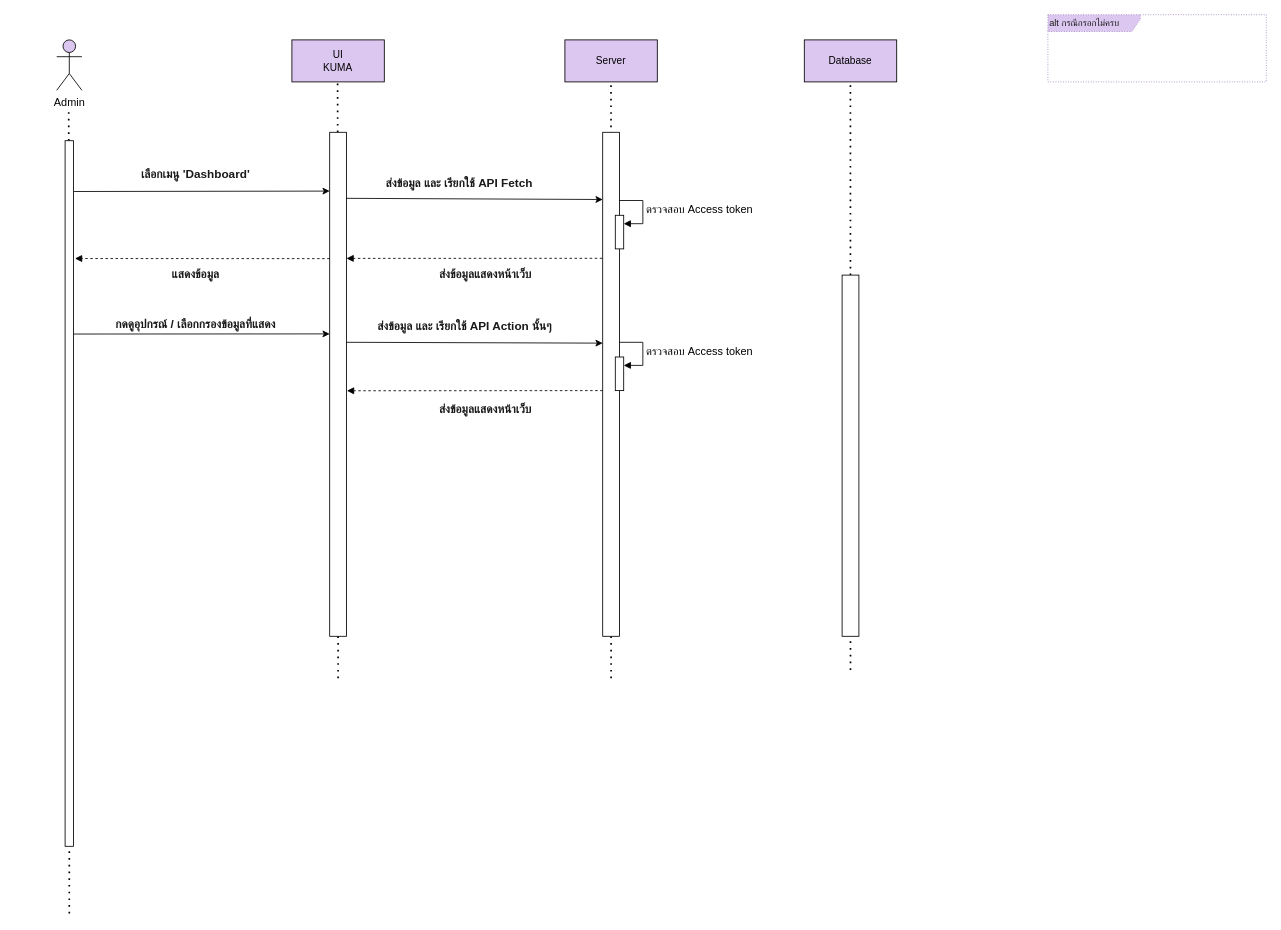
The draw.io diagram page "dashboard" (5 of 5) of Diagram.drawio in Monaphat374/Sequence_project374, before the edit. Source tidied: cells renumbered, new cells numbered last; positions are measured from the earlier drawing's top-left corner, leaving out a move shared by most shapes. Both pictures are drawn from the tidied source at 84%, with x=0, y=0 at pixel (56, 14).
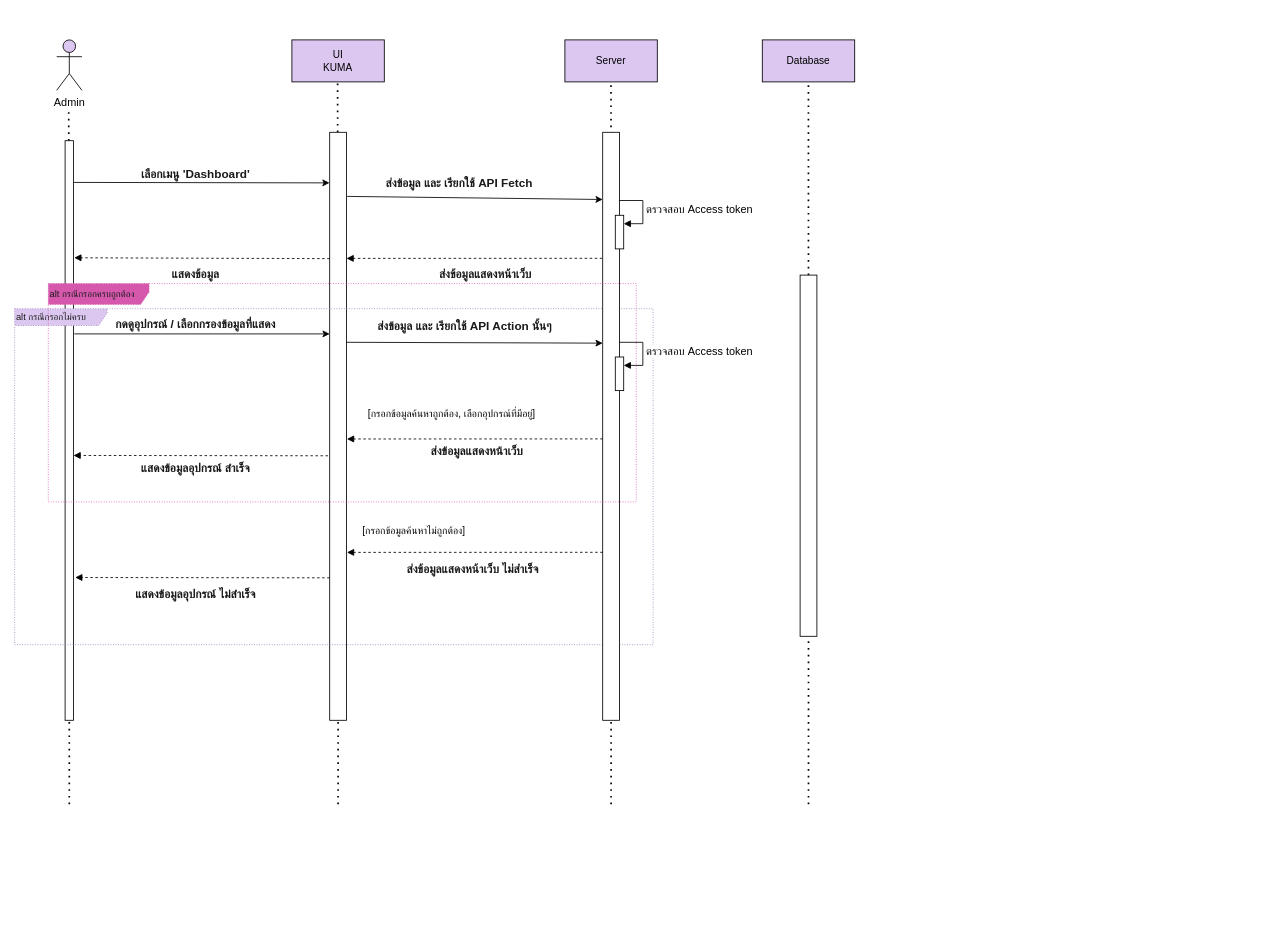
The same diagram, later.

Diff of the diagram source:
```diff
@@
     <mxCell id="5" value="Database" style="html=1;whiteSpace=wrap;fillColor=#DCC7F0;" parent="1" vertex="1">
-      <mxGeometry x="890" y="30" width="110" height="50" as="geometry" />
+      <mxGeometry x="840" y="30" width="110" height="50" as="geometry" />
     </mxCell>
@@
     <mxCell id="9" style="endArrow=none;dashed=1;html=1;dashPattern=1 3;strokeWidth=2;rounded=0;" parent="1" edge="1" source="18">
       <mxGeometry relative="1" as="geometry">
-        <mxPoint x="944.9" y="80" as="targetPoint" />
+        <mxPoint x="894.9" y="80" as="targetPoint" />
       </mxGeometry>
     </mxCell>
     <mxCell id="10" style="endArrow=none;dashed=1;html=1;dashPattern=1 3;strokeWidth=2;rounded=0;" parent="1" edge="1" target="11">
       <mxGeometry relative="1" as="geometry">
-        <mxPoint x="15" y="750" as="sourcePoint" />
+        <mxPoint x="15" y="940" as="sourcePoint" />
       </mxGeometry>
     </mxCell>
     <mxCell id="11" style="rounded=0;whiteSpace=wrap;html=1;" parent="1" vertex="1">
-      <mxGeometry x="10" y="150" width="10" height="840" as="geometry" />
+      <mxGeometry x="10" y="150" width="10" height="690" as="geometry" />
     </mxCell>
     <mxCell id="12" style="endArrow=none;dashed=1;html=1;dashPattern=1 3;strokeWidth=2;rounded=0;" parent="1" edge="1" target="13">
       <mxGeometry relative="1" as="geometry">
-        <mxPoint x="335" y="790" as="sourcePoint" />
+        <mxPoint x="335" y="940" as="sourcePoint" />
       </mxGeometry>
     </mxCell>
     <mxCell id="13" style="rounded=0;whiteSpace=wrap;html=1;" parent="1" vertex="1">
-      <mxGeometry x="325" y="140" width="20" height="600" as="geometry" />
+      <mxGeometry x="325" y="140" width="20" height="700" as="geometry" />
     </mxCell>
-    <mxCell id="14" style="endArrow=classic;html=1;rounded=0;exitX=1.071;exitY=0.072;exitDx=0;exitDy=0;exitPerimeter=0;" parent="1" edge="1" source="11">
-      <mxGeometry relative="1" as="geometry">
-        <mxPoint x="325" y="210" as="targetPoint" />
-      </mxGeometry>
+    <mxCell id="14" style="endArrow=classic;html=1;rounded=0;exitX=1.071;exitY=0.072;exitDx=0;exitDy=0;exitPerimeter=0;entryX=-0.011;entryY=0.086;entryDx=0;entryDy=0;entryPerimeter=0;" parent="1" edge="1" source="11" target="13">
+      <mxGeometry relative="1" as="geometry" />
     </mxCell>
@@
     <mxCell id="16" style="endArrow=none;dashed=1;html=1;dashPattern=1 3;strokeWidth=2;rounded=0;" parent="1" edge="1">
       <mxGeometry relative="1" as="geometry">
-        <mxPoint x="660" y="790" as="sourcePoint" />
+        <mxPoint x="660" y="940" as="sourcePoint" />
         <mxPoint x="660" y="490" as="targetPoint" />
       </mxGeometry>
     </mxCell>
-    <mxCell id="17" style="endArrow=none;dashed=1;html=1;dashPattern=1 3;strokeWidth=2;rounded=0;exitX=0.5;exitY=0;exitDx=0;exitDy=0;" parent="1" edge="1" target="18">
+    <mxCell id="17" style="endArrow=none;dashed=1;html=1;dashPattern=1 3;strokeWidth=2;rounded=0;" parent="1" edge="1" target="18">
       <mxGeometry relative="1" as="geometry">
-        <mxPoint x="945" y="780" as="sourcePoint" />
+        <mxPoint x="895" y="940" as="sourcePoint" />
       </mxGeometry>
     </mxCell>
     <mxCell id="18" style="rounded=0;whiteSpace=wrap;html=1;" parent="1" vertex="1">
-      <mxGeometry x="935" y="310" width="20" height="430" as="geometry" />
+      <mxGeometry x="885" y="310" width="20" height="430" as="geometry" />
     </mxCell>
     <mxCell id="19" value="&lt;font face=&quot;Helvetica&quot; style=&quot;font-size: 11px;&quot; color=&quot;#1a1a1a&quot;&gt;alt กรณีกรอกไม่ครบ&lt;/font&gt;" style="shape=umlFrame;whiteSpace=wrap;html=1;dashed=1;dashPattern=1 2;fillColor=light-dark(#DCC7F0,#A18EB3);fontColor=#ffffff;strokeColor=#9A7AB8;swimlaneFillColor=none;width=110;height=20;align=left;" parent="1" vertex="1">
-      <mxGeometry x="1180" width="260" height="80" as="geometry" />
+      <mxGeometry x="-50" y="350" width="760" height="400" as="geometry" />
     </mxCell>
-    <mxCell id="20" style="endArrow=none;dashed=1;html=1;dashPattern=1 3;strokeWidth=2;rounded=0;" parent="1" edge="1" target="11">
-      <mxGeometry relative="1" as="geometry">
-        <mxPoint x="15" y="1070" as="sourcePoint" />
-      </mxGeometry>
-    </mxCell>
     <mxCell id="21" style="rounded=0;whiteSpace=wrap;html=1;" parent="1" vertex="1">
-      <mxGeometry x="650" y="140" width="20" height="600" as="geometry" />
+      <mxGeometry x="650" y="140" width="20" height="700" as="geometry" />
     </mxCell>
@@
-    <mxCell id="25" style="endArrow=classic;html=1;rounded=0;exitX=0.972;exitY=0.131;exitDx=0;exitDy=0;exitPerimeter=0;" parent="1" edge="1" source="13">
+    <mxCell id="25" style="endArrow=classic;html=1;rounded=0;exitX=1.04;exitY=0.109;exitDx=0;exitDy=0;exitPerimeter=0;" parent="1" edge="1" source="13">
       <mxGeometry relative="1" as="geometry">
         <mxPoint x="650" y="220" as="targetPoint" />
       </mxGeometry>
     </mxCell>
@@
-    <mxCell id="28" style="endArrow=block;dashed=1;endFill=1;html=1;rounded=0;fontColor=default;labelBackgroundColor=light-dark(#c43131, #ededed);strokeColor=default;entryX=1.175;entryY=0.167;entryDx=0;entryDy=0;entryPerimeter=0;" parent="1" edge="1" target="11">
+    <mxCell id="28" style="endArrow=block;dashed=1;endFill=1;html=1;rounded=0;fontColor=default;labelBackgroundColor=light-dark(#c43131, #ededed);strokeColor=default;entryX=1.089;entryY=0.202;entryDx=0;entryDy=0;entryPerimeter=0;" parent="1" edge="1" target="11">
       <mxGeometry relative="1" as="geometry">
         <mxPoint x="325" y="290.4" as="sourcePoint" />
       </mxGeometry>
     </mxCell>
@@
-    <mxCell id="30" style="endArrow=classic;html=1;rounded=0;exitX=1.037;exitY=0.274;exitDx=0;exitDy=0;exitPerimeter=0;" parent="1" edge="1" source="11">
-      <mxGeometry relative="1" as="geometry">
-        <mxPoint x="325" y="380" as="targetPoint" />
-      </mxGeometry>
-    </mxCell>
@@
     <mxCell id="36" style="endArrow=block;dashed=1;endFill=1;html=1;rounded=0;fontColor=default;labelBackgroundColor=light-dark(#c43131, #ededed);strokeColor=default;entryX=1.026;entryY=0.417;entryDx=0;entryDy=0;entryPerimeter=0;" parent="1" edge="1">
       <mxGeometry relative="1" as="geometry">
-        <mxPoint x="650" y="447.5" as="sourcePoint" />
-        <mxPoint x="345.5" y="447.7" as="targetPoint" />
+        <mxPoint x="650" y="505" as="sourcePoint" />
+        <mxPoint x="345.5" y="505.1" as="targetPoint" />
       </mxGeometry>
     </mxCell>
     <mxCell id="37" value="&lt;h5&gt;&lt;span style=&quot;font-size: 14px;&quot;&gt;ส่งข้อมูลแสดงหน้าเว็บ&lt;/span&gt;&lt;/h5&gt;" style="text;html=1;align=center;verticalAlign=middle;strokeColor=none;fillColor=none;fontFamily=Helvetica;fontStyle=0;fontSize=12;fontColor=#1A1A1A;" parent="1" vertex="1">
-      <mxGeometry x="430" y="440" width="160" height="60" as="geometry" />
+      <mxGeometry x="420" y="490" width="160" height="60" as="geometry" />
     </mxCell>
+    <mxCell id="38" style="endArrow=block;dashed=1;endFill=1;html=1;rounded=0;fontColor=default;labelBackgroundColor=light-dark(#c43131, #ededed);strokeColor=default;entryX=1.175;entryY=0.167;entryDx=0;entryDy=0;entryPerimeter=0;" parent="1" edge="1">
+      <mxGeometry relative="1" as="geometry">
+        <mxPoint x="323" y="525.1" as="sourcePoint" />
+        <mxPoint x="20" y="524.7" as="targetPoint" />
+      </mxGeometry>
+    </mxCell>
+    <mxCell id="39" value="&lt;h5&gt;&lt;span style=&quot;font-size: 14px;&quot;&gt;แสดงข้อมูลอุปกรณ์ สำเร็จ&lt;/span&gt;&lt;/h5&gt;" style="text;html=1;align=center;verticalAlign=middle;strokeColor=none;fillColor=none;fontFamily=Helvetica;fontStyle=0;fontSize=12;fontColor=#1A1A1A;" parent="1" vertex="1">
+      <mxGeometry x="70" y="510" width="190" height="60" as="geometry" />
+    </mxCell>
+    <mxCell id="40" value="[กรอกข้อมูลค้นหาถูกต้อง, เลือกอุปกรณ์ที่มีอยู่]" style="text;html=1;align=center;verticalAlign=middle;strokeColor=none;fillColor=none;" parent="1" vertex="1">
+      <mxGeometry x="345" y="460" width="250" height="30" as="geometry" />
+    </mxCell>
+    <mxCell id="41" style="endArrow=block;dashed=1;endFill=1;html=1;rounded=0;fontColor=default;labelBackgroundColor=light-dark(#c43131, #ededed);strokeColor=default;entryX=1.026;entryY=0.417;entryDx=0;entryDy=0;entryPerimeter=0;" parent="1" edge="1">
+      <mxGeometry relative="1" as="geometry">
+        <mxPoint x="650" y="640" as="sourcePoint" />
+        <mxPoint x="345.5" y="640.1" as="targetPoint" />
+      </mxGeometry>
+    </mxCell>
+    <mxCell id="42" value="&lt;h5&gt;&lt;span style=&quot;font-size: 14px;&quot;&gt;ส่งข้อมูลแสดงหน้าเว็บ ไม่สำเร็จ&lt;/span&gt;&lt;/h5&gt;" style="text;html=1;align=center;verticalAlign=middle;strokeColor=none;fillColor=none;fontFamily=Helvetica;fontStyle=0;fontSize=12;fontColor=#1A1A1A;" parent="1" vertex="1">
+      <mxGeometry x="385" y="630" width="220" height="60" as="geometry" />
+    </mxCell>
+    <mxCell id="43" value="[กรอกข้อมูลค้นหาไม่ถูกต้อง]" style="text;html=1;align=center;verticalAlign=middle;strokeColor=none;fillColor=none;" parent="1" vertex="1">
+      <mxGeometry x="345" y="600" width="160" height="30" as="geometry" />
+    </mxCell>
+    <mxCell id="44" style="endArrow=block;dashed=1;endFill=1;html=1;rounded=0;fontColor=default;labelBackgroundColor=light-dark(#c43131, #ededed);strokeColor=default;entryX=1.175;entryY=0.167;entryDx=0;entryDy=0;entryPerimeter=0;" parent="1" edge="1">
+      <mxGeometry relative="1" as="geometry">
+        <mxPoint x="325" y="670.4" as="sourcePoint" />
+        <mxPoint x="22" y="670" as="targetPoint" />
+      </mxGeometry>
+    </mxCell>
+    <mxCell id="45" value="&lt;h5&gt;&lt;span style=&quot;font-size: 14px;&quot;&gt;แสดงข้อมูลอุปกรณ์ ไม่สำเร็จ&lt;/span&gt;&lt;/h5&gt;" style="text;html=1;align=center;verticalAlign=middle;strokeColor=none;fillColor=none;fontFamily=Helvetica;fontStyle=0;fontSize=12;fontColor=#1A1A1A;" parent="1" vertex="1">
+      <mxGeometry x="65" y="660" width="200" height="60" as="geometry" />
+    </mxCell>
+    <mxCell id="46" value="&lt;font face=&quot;Helvetica&quot; style=&quot;font-size: 11px;&quot; color=&quot;#1a1a1a&quot;&gt;alt กรณีกรอกครบถูกต้อง&lt;/font&gt;" style="shape=umlFrame;whiteSpace=wrap;html=1;dashed=1;dashPattern=1 2;fillColor=light-dark(#D558AD,#A18EB3);fontColor=#ffffff;strokeColor=#D558AD;swimlaneFillColor=none;width=120;height=25;align=left;" parent="1" vertex="1">
+      <mxGeometry x="-10" y="320" width="700" height="260" as="geometry" />
+    </mxCell>
+    <mxCell id="47" style="endArrow=classic;html=1;rounded=0;exitX=1.071;exitY=0.072;exitDx=0;exitDy=0;exitPerimeter=0;entryX=-0.011;entryY=0.086;entryDx=0;entryDy=0;entryPerimeter=0;" parent="1" edge="1">
+      <mxGeometry relative="1" as="geometry">
+        <mxPoint x="21" y="380" as="sourcePoint" />
+        <mxPoint x="325" y="380" as="targetPoint" />
+      </mxGeometry>
+    </mxCell>
```
